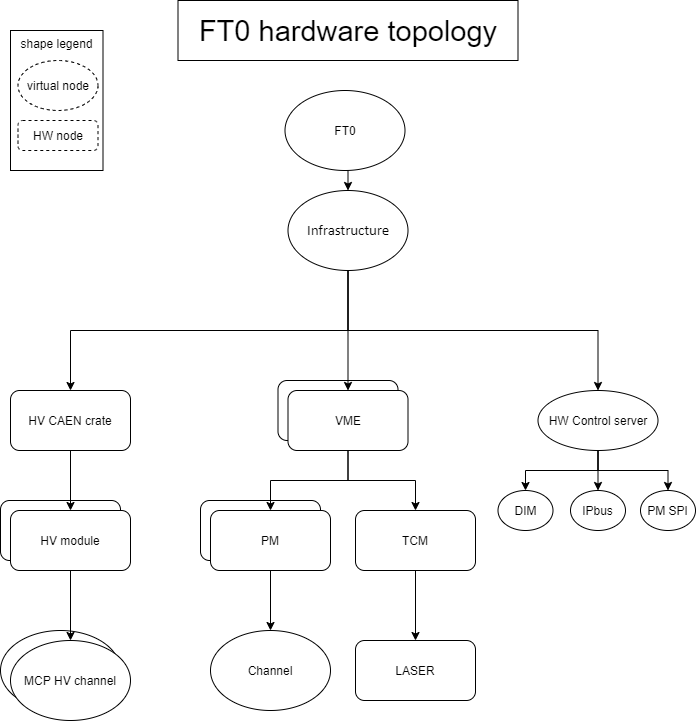
Earlier version of the draw.io export FIT_DCS_schematic-hardware.png (dfinogee/FIT-DCS-docs). Source tidied: cells renumbered, new cells last; positions are measured from the earlier drawing's top-left corner, leaving out a move shared by most shapes. The source it was exported from:
```xml
<mxGraphModel background="#ffffff">
  <root>
    <mxCell id="0" />
    <mxCell id="1" parent="0" />
    <mxCell id="2" style="edgeStyle=orthogonalEdgeStyle;rounded=0;jettySize=auto;html=1;exitX=0.5;exitY=1;exitDx=0;exitDy=0;entryX=0.5;entryY=0;entryDx=0;entryDy=0;" parent="1" edge="1" source="3" target="7">
      <mxGeometry relative="1" as="geometry" />
    </mxCell>
    <mxCell id="3" value="FT0" style="ellipse;whiteSpace=wrap;html=1;" parent="1" vertex="1">
      <mxGeometry x="284.5" y="90" width="120" height="80" as="geometry" />
    </mxCell>
    <mxCell id="4" value="HV CAEN crate" style="rounded=1;whiteSpace=wrap;html=1;strokeWidth=1;" parent="1" vertex="1">
      <mxGeometry x="10" y="390" width="120" height="60" as="geometry" />
    </mxCell>
    <mxCell id="5" style="edgeStyle=orthogonalEdgeStyle;rounded=0;jettySize=auto;html=1;exitX=0.5;exitY=1;exitDx=0;exitDy=0;entryX=0.5;entryY=0;entryDx=0;entryDy=0;" parent="1" edge="1" source="7" target="4">
      <mxGeometry relative="1" as="geometry" />
    </mxCell>
    <mxCell id="6" style="edgeStyle=orthogonalEdgeStyle;rounded=0;jettySize=auto;html=1;exitX=0.5;exitY=1;exitDx=0;exitDy=0;entryX=0.5;entryY=0;entryDx=0;entryDy=0;" parent="1" edge="1" source="7" target="32">
      <mxGeometry relative="1" as="geometry" />
    </mxCell>
    <mxCell id="7" value="&lt;span style=&quot;font-family: &amp;#34;calibri&amp;#34; ; font-size: 14.6667px&quot;&gt;Infrastructure&lt;/span&gt;" style="ellipse;whiteSpace=wrap;html=1;strokeWidth=1;" parent="1" vertex="1">
      <mxGeometry x="287.5" y="190" width="120" height="80" as="geometry" />
    </mxCell>
    <mxCell id="8" style="group;" parent="1" vertex="1">
      <mxGeometry y="500" width="130" height="70" as="geometry" />
    </mxCell>
    <mxCell id="9" value="HV module" style="rounded=1;whiteSpace=wrap;html=1;strokeWidth=1;" parent="8" vertex="1">
      <mxGeometry width="120" height="60" as="geometry" />
    </mxCell>
    <mxCell id="10" value="HV module" style="rounded=1;whiteSpace=wrap;html=1;strokeWidth=1;" parent="8" vertex="1">
      <mxGeometry x="10" y="10" width="120" height="60" as="geometry" />
    </mxCell>
    <mxCell id="11" style="group;" parent="1" vertex="1">
      <mxGeometry y="630" width="130" height="90" as="geometry" />
    </mxCell>
    <mxCell id="12" value="HV channel" style="ellipse;whiteSpace=wrap;html=1;strokeWidth=1;" parent="11" vertex="1">
      <mxGeometry width="120" height="80" as="geometry" />
    </mxCell>
    <mxCell id="13" value="MCP HV channel" style="ellipse;whiteSpace=wrap;html=1;strokeWidth=1;" parent="11" vertex="1">
      <mxGeometry x="10" y="10" width="120" height="80" as="geometry" />
    </mxCell>
    <mxCell id="14" style="edgeStyle=orthogonalEdgeStyle;rounded=0;jettySize=auto;html=1;" parent="1" edge="1" source="10" target="13">
      <mxGeometry relative="1" as="geometry" />
    </mxCell>
    <mxCell id="15" style="edgeStyle=orthogonalEdgeStyle;rounded=0;jettySize=auto;html=1;exitX=0.5;exitY=1;exitDx=0;exitDy=0;entryX=0.5;entryY=0;entryDx=0;entryDy=0;" parent="1" edge="1" source="4" target="10">
      <mxGeometry relative="1" as="geometry" />
    </mxCell>
    <mxCell id="16" style="group;" parent="1" vertex="1">
      <mxGeometry x="277.5" y="380" width="130" height="70" as="geometry" />
    </mxCell>
    <mxCell id="17" value="VME" style="rounded=1;whiteSpace=wrap;html=1;strokeWidth=1;" parent="16" vertex="1">
      <mxGeometry width="120" height="60" as="geometry" />
    </mxCell>
    <mxCell id="18" value="VME" style="rounded=1;whiteSpace=wrap;html=1;strokeWidth=1;" parent="16" vertex="1">
      <mxGeometry x="10" y="10" width="120" height="60" as="geometry" />
    </mxCell>
    <mxCell id="19" style="edgeStyle=orthogonalEdgeStyle;rounded=0;jettySize=auto;html=1;exitX=0.5;exitY=1;exitDx=0;exitDy=0;entryX=0.5;entryY=0;entryDx=0;entryDy=0;" parent="1" edge="1" source="7" target="18">
      <mxGeometry relative="1" as="geometry" />
    </mxCell>
    <mxCell id="20" style="group;" parent="1" vertex="1">
      <mxGeometry x="200" y="500" width="130" height="70" as="geometry" />
    </mxCell>
    <mxCell id="21" value="PM" style="rounded=1;whiteSpace=wrap;html=1;strokeWidth=1;" parent="20" vertex="1">
      <mxGeometry width="120" height="60" as="geometry" />
    </mxCell>
    <mxCell id="22" value="PM" style="rounded=1;whiteSpace=wrap;html=1;strokeWidth=1;" parent="20" vertex="1">
      <mxGeometry x="10" y="10" width="120" height="60" as="geometry" />
    </mxCell>
    <mxCell id="23" style="edgeStyle=orthogonalEdgeStyle;rounded=0;jettySize=auto;html=1;" parent="1" edge="1" source="18" target="22">
      <mxGeometry relative="1" as="geometry" />
    </mxCell>
    <mxCell id="24" style="edgeStyle=orthogonalEdgeStyle;rounded=0;jettySize=auto;html=1;fontSize=29;" parent="1" edge="1" source="25" target="37">
      <mxGeometry relative="1" as="geometry" />
    </mxCell>
    <mxCell id="25" value="TCM" style="rounded=1;whiteSpace=wrap;html=1;strokeWidth=1;" parent="1" vertex="1">
      <mxGeometry x="355" y="510" width="120" height="60" as="geometry" />
    </mxCell>
    <mxCell id="26" style="edgeStyle=orthogonalEdgeStyle;rounded=0;jettySize=auto;html=1;exitX=0.5;exitY=1;exitDx=0;exitDy=0;" parent="1" edge="1" source="18" target="25">
      <mxGeometry relative="1" as="geometry" />
    </mxCell>
    <mxCell id="27" value="Channel" style="ellipse;whiteSpace=wrap;html=1;strokeWidth=1;" parent="1" vertex="1">
      <mxGeometry x="210" y="630" width="120" height="80" as="geometry" />
    </mxCell>
    <mxCell id="28" style="edgeStyle=orthogonalEdgeStyle;rounded=0;jettySize=auto;html=1;" parent="1" edge="1" source="22" target="27">
      <mxGeometry relative="1" as="geometry" />
    </mxCell>
    <mxCell id="29" style="edgeStyle=orthogonalEdgeStyle;rounded=0;jettySize=auto;html=1;exitX=0.5;exitY=1;exitDx=0;exitDy=0;" parent="1" edge="1" source="32" target="33">
      <mxGeometry relative="1" as="geometry" />
    </mxCell>
    <mxCell id="30" style="edgeStyle=orthogonalEdgeStyle;rounded=0;jettySize=auto;html=1;exitX=0.5;exitY=1;exitDx=0;exitDy=0;" parent="1" edge="1" source="32" target="34">
      <mxGeometry relative="1" as="geometry" />
    </mxCell>
    <mxCell id="31" style="edgeStyle=orthogonalEdgeStyle;rounded=0;jettySize=auto;html=1;exitX=0.5;exitY=1;exitDx=0;exitDy=0;" parent="1" edge="1" source="32" target="35">
      <mxGeometry relative="1" as="geometry" />
    </mxCell>
    <mxCell id="32" value="HW Control server" style="ellipse;whiteSpace=wrap;html=1;strokeWidth=1;" parent="1" vertex="1">
      <mxGeometry x="537.5" y="390" width="120" height="60" as="geometry" />
    </mxCell>
    <mxCell id="33" value="DIM" style="ellipse;whiteSpace=wrap;html=1;strokeWidth=1;" parent="1" vertex="1">
      <mxGeometry x="497.5" y="490" width="55" height="40" as="geometry" />
    </mxCell>
    <mxCell id="34" value="IPbus" style="ellipse;whiteSpace=wrap;html=1;strokeWidth=1;" parent="1" vertex="1">
      <mxGeometry x="570" y="490" width="55" height="40" as="geometry" />
    </mxCell>
    <mxCell id="35" value="PM SPI" style="ellipse;whiteSpace=wrap;html=1;strokeWidth=1;" parent="1" vertex="1">
      <mxGeometry x="640" y="490" width="55" height="40" as="geometry" />
    </mxCell>
    <mxCell id="36" value="FT0 hardware topology" style="rounded=0;whiteSpace=wrap;html=1;strokeWidth=1;fontSize=29;" parent="1" vertex="1">
      <mxGeometry x="177.5" width="340" height="60" as="geometry" />
    </mxCell>
    <mxCell id="37" value="LASER" style="rounded=1;whiteSpace=wrap;html=1;strokeWidth=1;" parent="1" vertex="1">
      <mxGeometry x="355" y="640" width="120" height="60" as="geometry" />
    </mxCell>
    <mxCell id="38" style="group;" parent="1" vertex="1">
      <mxGeometry x="10" y="30" width="92.5" height="140" as="geometry" />
    </mxCell>
    <mxCell id="39" value="virtual node" style="ellipse;whiteSpace=wrap;html=1;strokeWidth=1;fontSize=12;align=center;dashed=1;" parent="38" vertex="1">
      <mxGeometry x="7.5" y="30" width="80" height="50" as="geometry" />
    </mxCell>
    <mxCell id="40" value="HW node" style="rounded=1;whiteSpace=wrap;html=1;dashed=1;strokeColor=#000000;strokeWidth=1;fillColor=none;fontSize=12;fontColor=#000000;align=center;" parent="38" vertex="1">
      <mxGeometry x="7.5" y="90" width="80" height="30" as="geometry" />
    </mxCell>
    <mxCell id="41" value="shape legend" style="rounded=0;whiteSpace=wrap;html=1;strokeColor=#000000;strokeWidth=1;fillColor=none;fontSize=12;fontColor=#000000;align=center;verticalAlign=top;" parent="38" vertex="1">
      <mxGeometry width="92.5" height="140" as="geometry" />
    </mxCell>
  </root>
</mxGraphModel>
```
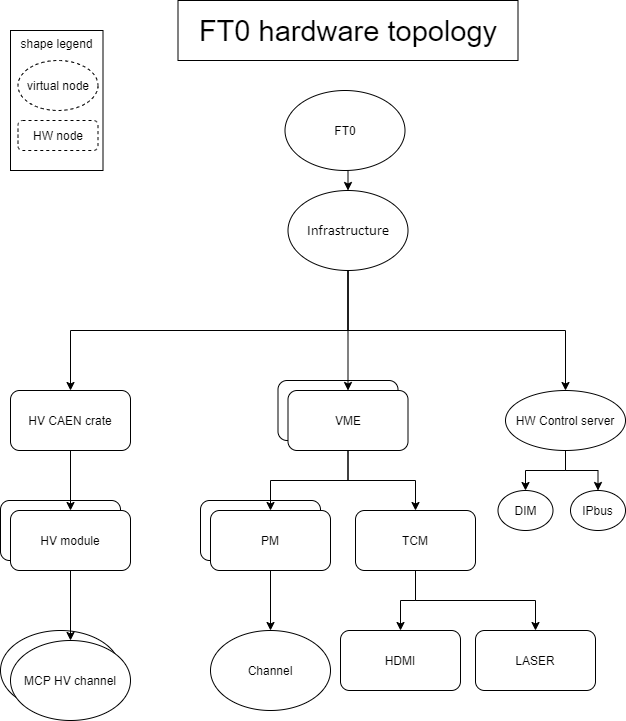
The same file after the commit.

What changed in the source:
```diff
@@ -68,9 +68,12 @@
     <mxCell id="23" style="edgeStyle=orthogonalEdgeStyle;rounded=0;jettySize=auto;html=1;" parent="1" edge="1" source="18" target="22">
       <mxGeometry relative="1" as="geometry" />
     </mxCell>
-    <mxCell id="24" style="edgeStyle=orthogonalEdgeStyle;rounded=0;jettySize=auto;html=1;fontSize=29;" parent="1" edge="1" source="25" target="37">
+    <mxCell id="24" style="edgeStyle=orthogonalEdgeStyle;rounded=0;jettySize=auto;html=1;fontSize=29;exitX=0.5;exitY=1;exitDx=0;exitDy=0;" parent="1" edge="1" source="25" target="37">
       <mxGeometry relative="1" as="geometry" />
     </mxCell>
+    <mxCell id="42" style="edgeStyle=orthogonalEdgeStyle;rounded=0;jettySize=auto;html=1;exitX=0.5;exitY=1;exitDx=0;exitDy=0;entryX=0.5;entryY=0;entryDx=0;entryDy=0;" parent="1" edge="1" source="25" target="43">
+      <mxGeometry relative="1" as="geometry" />
+    </mxCell>
     <mxCell id="25" value="TCM" style="rounded=1;whiteSpace=wrap;html=1;strokeWidth=1;" parent="1" vertex="1">
       <mxGeometry x="355" y="510" width="120" height="60" as="geometry" />
     </mxCell>
@@ -89,11 +92,8 @@
     <mxCell id="30" style="edgeStyle=orthogonalEdgeStyle;rounded=0;jettySize=auto;html=1;exitX=0.5;exitY=1;exitDx=0;exitDy=0;" parent="1" edge="1" source="32" target="34">
       <mxGeometry relative="1" as="geometry" />
     </mxCell>
-    <mxCell id="31" style="edgeStyle=orthogonalEdgeStyle;rounded=0;jettySize=auto;html=1;exitX=0.5;exitY=1;exitDx=0;exitDy=0;" parent="1" edge="1" source="32" target="35">
-      <mxGeometry relative="1" as="geometry" />
-    </mxCell>
     <mxCell id="32" value="HW Control server" style="ellipse;whiteSpace=wrap;html=1;strokeWidth=1;" parent="1" vertex="1">
-      <mxGeometry x="537.5" y="390" width="120" height="60" as="geometry" />
+      <mxGeometry x="505" y="390" width="120" height="60" as="geometry" />
     </mxCell>
     <mxCell id="33" value="DIM" style="ellipse;whiteSpace=wrap;html=1;strokeWidth=1;" parent="1" vertex="1">
       <mxGeometry x="497.5" y="490" width="55" height="40" as="geometry" />
@@ -101,14 +101,11 @@
     <mxCell id="34" value="IPbus" style="ellipse;whiteSpace=wrap;html=1;strokeWidth=1;" parent="1" vertex="1">
       <mxGeometry x="570" y="490" width="55" height="40" as="geometry" />
     </mxCell>
-    <mxCell id="35" value="PM SPI" style="ellipse;whiteSpace=wrap;html=1;strokeWidth=1;" parent="1" vertex="1">
-      <mxGeometry x="640" y="490" width="55" height="40" as="geometry" />
-    </mxCell>
     <mxCell id="36" value="FT0 hardware topology" style="rounded=0;whiteSpace=wrap;html=1;strokeWidth=1;fontSize=29;" parent="1" vertex="1">
       <mxGeometry x="177.5" width="340" height="60" as="geometry" />
     </mxCell>
     <mxCell id="37" value="LASER" style="rounded=1;whiteSpace=wrap;html=1;strokeWidth=1;" parent="1" vertex="1">
-      <mxGeometry x="355" y="640" width="120" height="60" as="geometry" />
+      <mxGeometry x="475" y="630" width="120" height="60" as="geometry" />
     </mxCell>
     <mxCell id="38" style="group;" parent="1" vertex="1">
       <mxGeometry x="10" y="30" width="92.5" height="140" as="geometry" />
@@ -122,5 +119,11 @@
     <mxCell id="41" value="shape legend" style="rounded=0;whiteSpace=wrap;html=1;strokeColor=#000000;strokeWidth=1;fillColor=none;fontSize=12;fontColor=#000000;align=center;verticalAlign=top;" parent="38" vertex="1">
       <mxGeometry width="92.5" height="140" as="geometry" />
     </mxCell>
+    <mxCell id="43" value="HDMI" style="rounded=1;whiteSpace=wrap;html=1;strokeWidth=1;" parent="1" vertex="1">
+      <mxGeometry x="340" y="630" width="120" height="60" as="geometry" />
+    </mxCell>
+    <mxCell id="44" style="edgeStyle=orthogonalEdgeStyle;rounded=0;orthogonalLoop=1;jettySize=auto;html=1;exitX=0.5;exitY=1;exitDx=0;exitDy=0;" parent="1" edge="1" source="37" target="37">
+      <mxGeometry relative="1" as="geometry" />
+    </mxCell>
   </root>
 </mxGraphModel>
```
